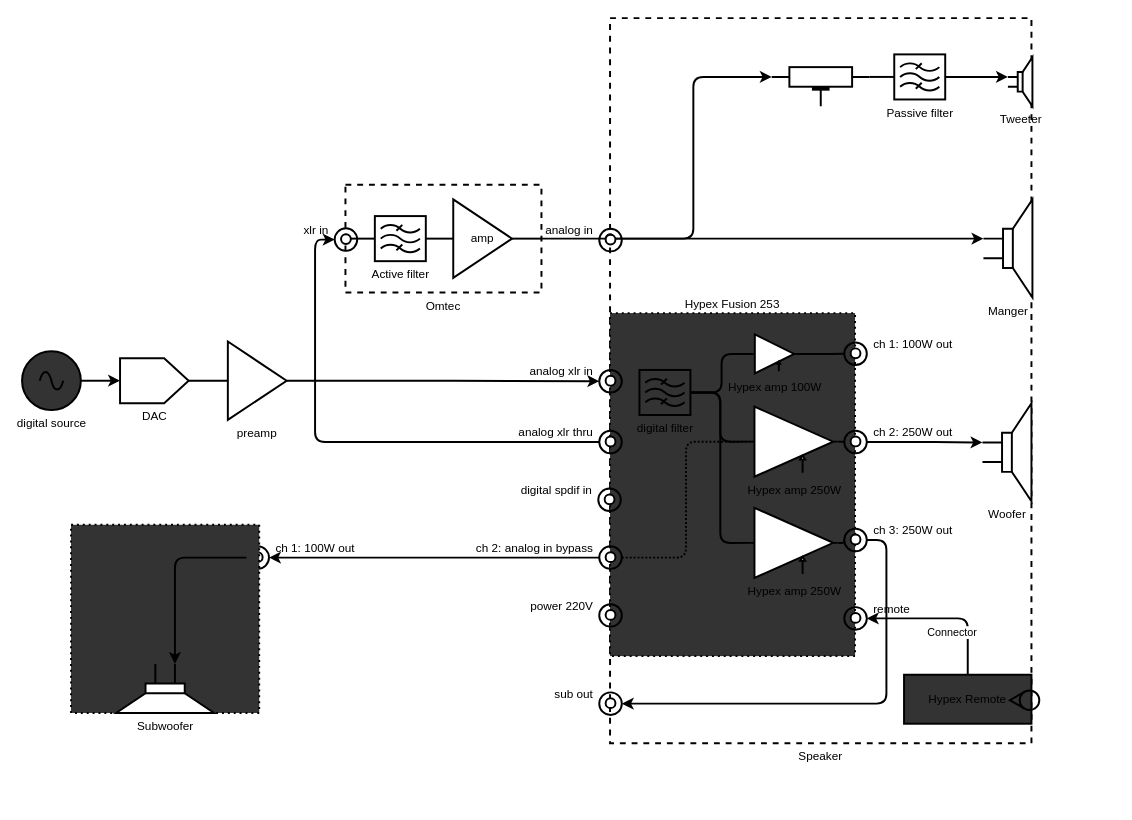
Above: page "With subwoofer" (3 of 3) of manger-electrical-layout.drawio in blueneogeo/manger (draw.io), before the change. Source tidied: cells renumbered, new cells numbered last; positions are measured from the earlier drawing's top-left corner, leaving out a move shared by most shapes. Both pictures are drawn from the tidied source at 98%, with x=0, y=0 at pixel (22, 18).
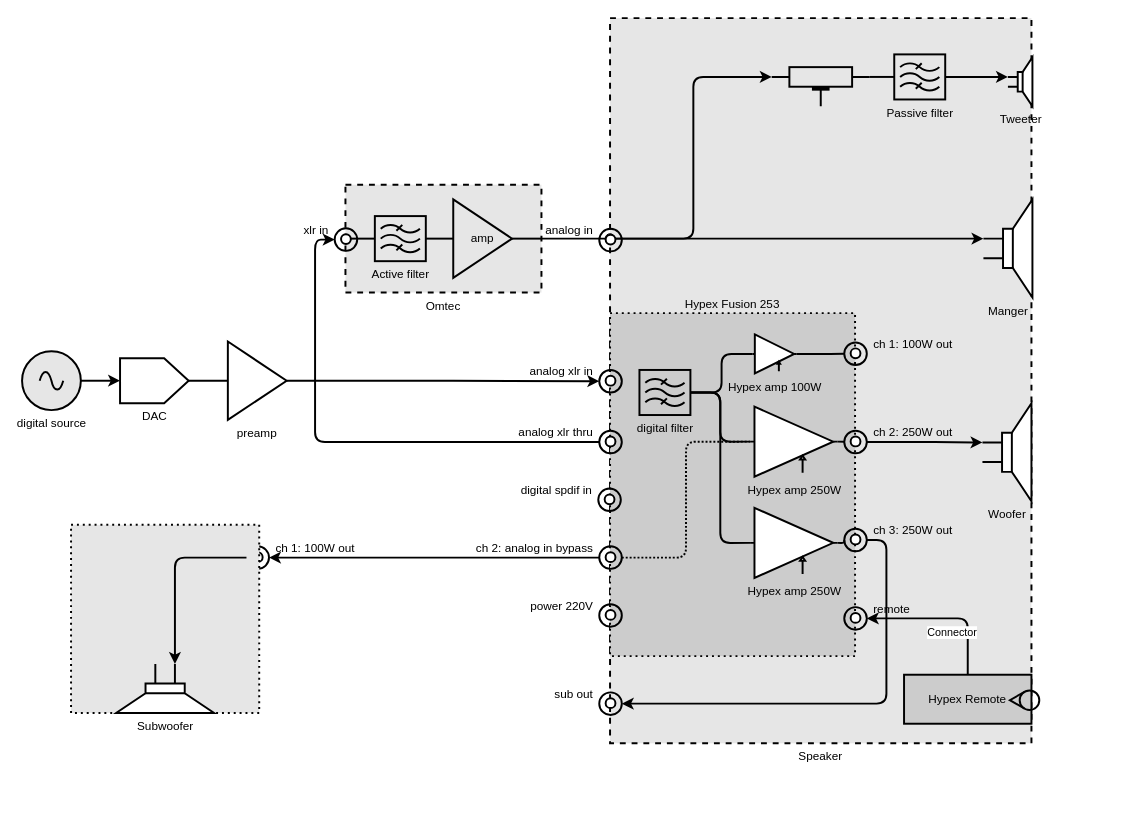
The same diagram, later.

The change refers to these unchanged cells:
```xml
<mxCell id="9" style="group;" parent="1" vertex="1">
  <mxGeometry x="600" y="301" width="515" height="501" as="geometry" />
</mxCell>
<mxCell id="59" style="group;" parent="1" vertex="1">
  <mxGeometry x="330" y="170" width="200" height="110" as="geometry" />
</mxCell>
<mxCell id="90" style="group;labelPosition=center;verticalLabelPosition=top;align=center;verticalAlign=bottom;" parent="1" vertex="1">
  <mxGeometry x="50" y="509" width="338" height="200" as="geometry" />
</mxCell>
```

Change to the diagram source:
```diff
@@
-    <mxCell id="2" value="Speaker" style="rounded=0;whiteSpace=wrap;html=1;dashed=1;labelPosition=center;verticalLabelPosition=bottom;align=center;verticalAlign=top;strokeWidth=2;" parent="1" vertex="1">
+    <mxCell id="2" value="Speaker" style="rounded=0;whiteSpace=wrap;html=1;dashed=1;labelPosition=center;verticalLabelPosition=bottom;align=center;verticalAlign=top;strokeWidth=2;fillColor=#E6E6E6;" parent="1" vertex="1">
       <mxGeometry x="600" width="430" height="740" as="geometry" />
     </mxCell>
@@
-    <mxCell id="8" value="Hypex Remote" style="rounded=0;whiteSpace=wrap;html=1;labelPosition=center;verticalLabelPosition=middle;align=center;verticalAlign=middle;strokeWidth=2;fillColor=#333333;" parent="1" vertex="1">
+    <mxCell id="8" value="Hypex Remote" style="rounded=0;whiteSpace=wrap;html=1;labelPosition=center;verticalLabelPosition=middle;align=center;verticalAlign=middle;strokeWidth=2;fillColor=#CCCCCC;" parent="1" vertex="1">
       <mxGeometry x="900" y="670" width="130" height="50" as="geometry" />
     </mxCell>
@@
-    <mxCell id="10" value="Hypex Fusion 253" style="rounded=0;whiteSpace=wrap;html=1;dashed=1;labelPosition=center;verticalLabelPosition=top;align=center;verticalAlign=bottom;strokeWidth=2;dashPattern=1 2;labelBackgroundColor=none;fillColor=#333333;" parent="9" vertex="1">
+    <mxCell id="10" value="Hypex Fusion 253" style="rounded=0;whiteSpace=wrap;html=1;dashed=1;labelPosition=center;verticalLabelPosition=top;align=center;verticalAlign=bottom;strokeWidth=2;dashPattern=1 2;labelBackgroundColor=none;fillColor=#CCCCCC;" parent="9" vertex="1">
       <mxGeometry width="250" height="350" as="geometry" />
     </mxCell>
@@
-    <mxCell id="60" value="Omtec" style="rounded=0;whiteSpace=wrap;html=1;dashed=1;labelPosition=center;verticalLabelPosition=bottom;align=center;verticalAlign=top;strokeWidth=2;" parent="59" vertex="1">
+    <mxCell id="60" value="Omtec" style="rounded=0;whiteSpace=wrap;html=1;dashed=1;labelPosition=center;verticalLabelPosition=bottom;align=center;verticalAlign=top;strokeWidth=2;fillColor=#E6E6E6;" parent="59" vertex="1">
       <mxGeometry width="200" height="110" as="geometry" />
     </mxCell>
@@
-    <mxCell id="95" style="group;labelPosition=center;verticalLabelPosition=top;align=center;verticalAlign=bottom;fillColor=#333333;" parent="90" vertex="1">
+    <mxCell id="95" style="group;labelPosition=center;verticalLabelPosition=top;align=center;verticalAlign=bottom;fillColor=#E6E6E6;" parent="90" vertex="1">
       <mxGeometry y="8" width="192" height="192" as="geometry" />
     </mxCell>
@@
-    <mxCell id="104" value="digital source" style="verticalLabelPosition=bottom;shadow=0;dashed=0;align=center;html=1;verticalAlign=top;shape=mxgraph.electrical.signal_sources.source;points=[[0.5,0,0],[1,0.5,0],[0.5,1,0],[0,0.5,0]];elSignalType=ac;rounded=0;dashPattern=1 2;labelBackgroundColor=none;strokeWidth=2;fillColor=#333333;" parent="1" vertex="1">
+    <mxCell id="104" value="digital source" style="verticalLabelPosition=bottom;shadow=0;dashed=0;align=center;html=1;verticalAlign=top;shape=mxgraph.electrical.signal_sources.source;points=[[0.5,0,0],[1,0.5,0],[0.5,1,0],[0,0.5,0]];elSignalType=ac;rounded=0;dashPattern=1 2;labelBackgroundColor=none;strokeWidth=2;fillColor=#E6E6E6;" parent="1" vertex="1">
       <mxGeometry y="340" width="60" height="60" as="geometry" />
     </mxCell>
```
